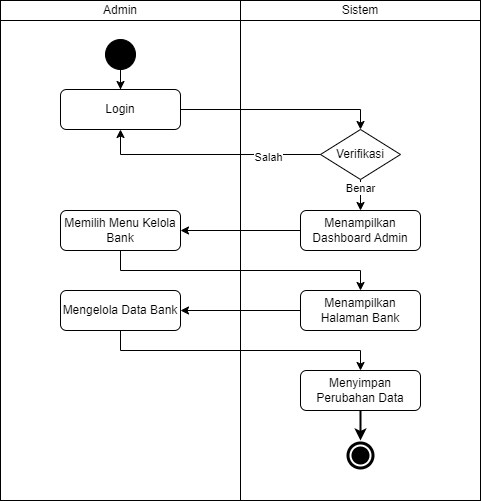
The draw.io diagram docs/activity-diagram/banks/table-banks.drawio.png in mitra-agro-usaha-perkebunan/maup-app-docs, before a commit. Source tidied: cells renumbered, new cells last; positions are measured from the earlier drawing's top-left corner, leaving out a move shared by most shapes.
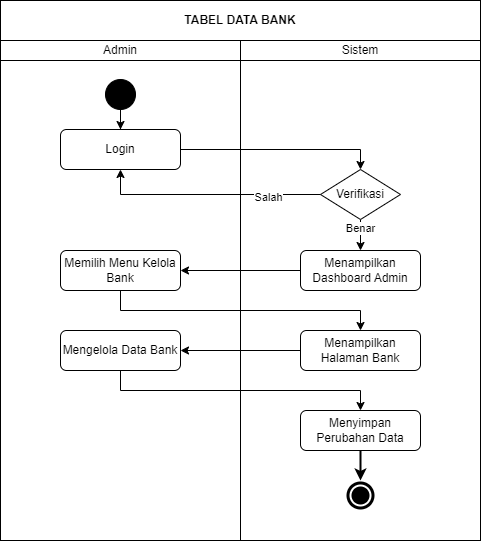
The same file after the commit.

Diff of the diagram source:
```diff
@@ -97,5 +97,8 @@
     <mxCell id="25" value="Salah" style="edgeLabel;html=1;align=center;verticalAlign=middle;" parent="24" vertex="1">
       <mxGeometry x="-0.53" y="2" relative="1" as="geometry" />
     </mxCell>
+    <mxCell id="26" value="&lt;b&gt;TABEL DATA BANK&lt;/b&gt;" style="rounded=0;whiteSpace=wrap;html=1;" parent="1" vertex="1">
+      <mxGeometry y="-40" width="480" height="40" as="geometry" />
+    </mxCell>
   </root>
 </mxGraphModel>
```
